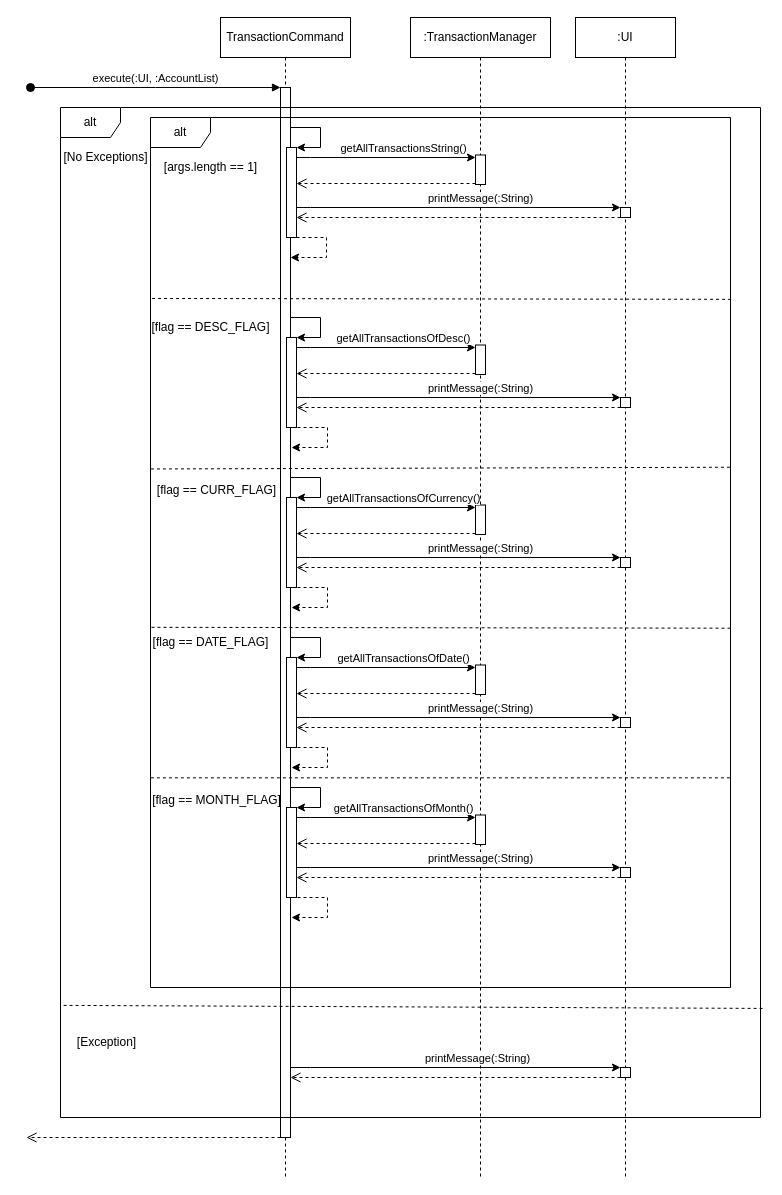
Before: docs/diagrams/ShowTransactionsSeqDiagram.drawio in woowenjun99/tp, a draw.io diagram. Source tidied: cells renumbered, new cells numbered last; positions are measured from the earlier drawing's top-left corner, leaving out a move shared by most shapes. Both pictures are drawn from the tidied source at 100%, with x=0, y=0 at pixel (-4, 17).
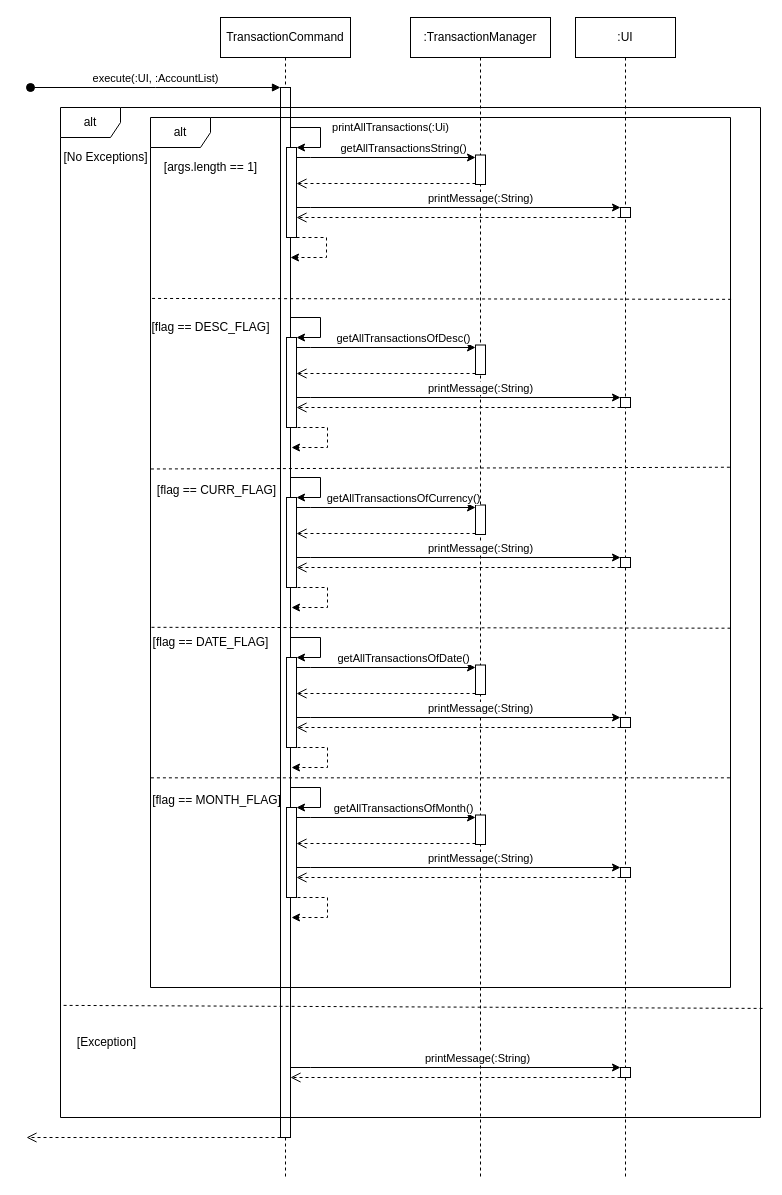
Above is the later version.

The change refers to these unchanged cells:
```xml
<mxCell id="3" style="html=1;points=[];perimeter=orthogonalPerimeter;outlineConnect=0;targetShapes=umlLifeline;portConstraint=eastwest;newEdgeStyle={&quot;edgeStyle&quot;:&quot;elbowEdgeStyle&quot;,&quot;elbow&quot;:&quot;vertical&quot;,&quot;curved&quot;:0,&quot;rounded&quot;:0};" parent="2" vertex="1">
  <mxGeometry x="60" y="70" width="10" height="1050" as="geometry" />
</mxCell>
<mxCell id="15" style="html=1;points=[];perimeter=orthogonalPerimeter;outlineConnect=0;targetShapes=umlLifeline;portConstraint=eastwest;newEdgeStyle={&quot;edgeStyle&quot;:&quot;elbowEdgeStyle&quot;,&quot;elbow&quot;:&quot;vertical&quot;,&quot;curved&quot;:0,&quot;rounded&quot;:0};" parent="1" vertex="1">
  <mxGeometry x="290" y="130" width="10" height="90" as="geometry" />
</mxCell>
```

The edit, as a diff of the source:
```diff
@@
-    <mxCell id="16" style="endArrow=classic;html=1;rounded=0;" parent="1" edge="1" source="3" target="15">
-      <mxGeometry relative="1" as="geometry">
+    <mxCell id="16" value="printAllTransactions(:Ui)" style="endArrow=classic;html=1;rounded=0;" parent="1" edge="1" source="3" target="15">
+      <mxGeometry x="-0.19" y="70" relative="1" as="geometry">
         <Array as="points">
           <mxPoint x="324" y="110" />
           <mxPoint x="324" y="130" />
         </Array>
       </mxGeometry>
     </mxCell>
```
